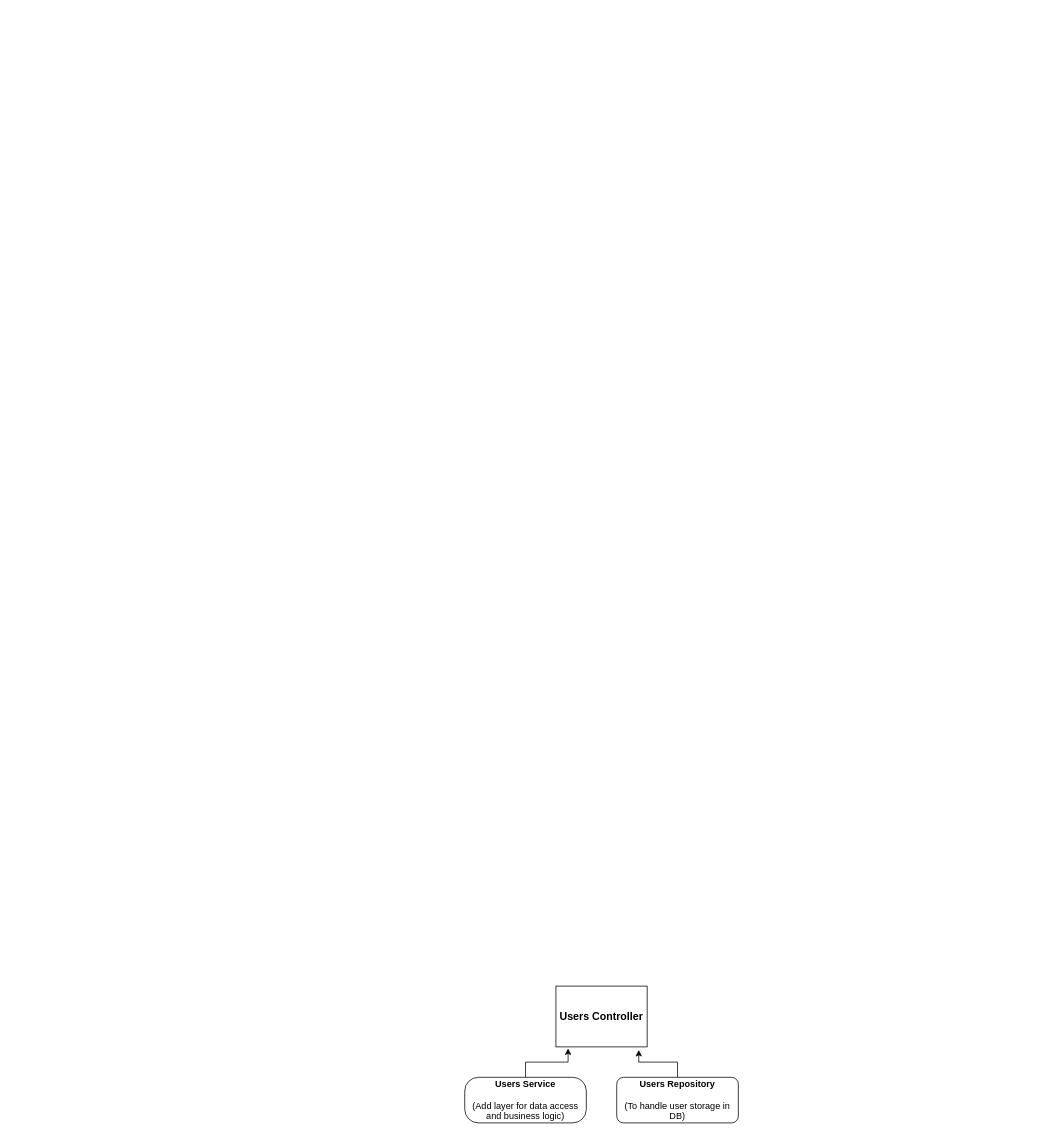
The draw.io diagram used-cars.drawio in aleksandarLazic1998/nest-used-cars-api, before the edit. Source tidied: cells renumbered, new cells numbered last; positions are measured from the earlier drawing's top-left corner, leaving out a move shared by most shapes. Both pictures are drawn from the tidied source at 76%, with x=0, y=0 at pixel (464, 986).
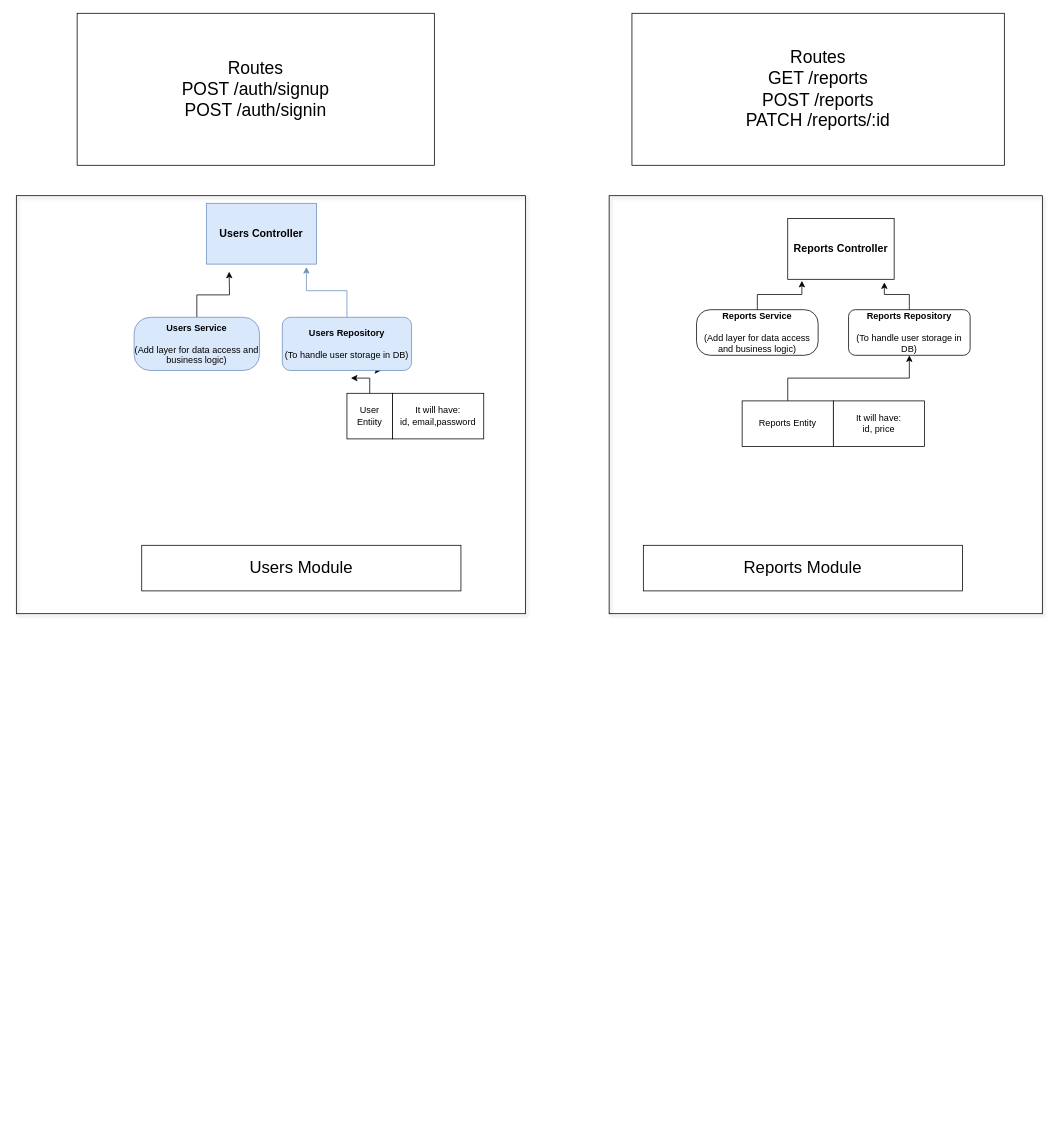
The same page after the edit.

The edit, as a diff of the source:
```diff
@@
-    <mxCell id="2" value="&lt;b&gt;&lt;font style=&quot;font-size: 14px;&quot;&gt;Users Controller&lt;/font&gt;&lt;/b&gt;" style="rounded=0;whiteSpace=wrap;html=1;" parent="1" vertex="1">
-      <mxGeometry x="120" width="120" height="80" as="geometry" />
+    <mxCell id="2" value="&lt;b&gt;&lt;font style=&quot;font-size: 14px;&quot;&gt;Users Controller&lt;/font&gt;&lt;/b&gt;" style="rounded=0;whiteSpace=wrap;html=1;fillColor=#dae8fc;strokeColor=#6c8ebf;" parent="1" vertex="1">
+      <mxGeometry x="-340" y="-1030" width="145" height="80" as="geometry" />
     </mxCell>
-    <mxCell id="3" style="edgeStyle=orthogonalEdgeStyle;rounded=0;jettySize=auto;html=1;exitX=0.5;exitY=0;exitDx=0;exitDy=0;entryX=0.133;entryY=1.025;entryDx=0;entryDy=0;entryPerimeter=0;" parent="1" edge="1" source="4" target="2">
-      <mxGeometry relative="1" as="geometry" />
-    </mxCell>
+    <mxCell id="7" style="edgeStyle=orthogonalEdgeStyle;rounded=0;jettySize=auto;html=1;exitX=0.5;exitY=0;exitDx=0;exitDy=0;" parent="1" edge="1" source="4">
+      <mxGeometry relative="1" as="geometry">
+        <mxPoint x="-310" y="-940" as="targetPoint" />
+      </mxGeometry>
+    </mxCell>
-    <mxCell id="4" value="&lt;b&gt;Users Service&lt;br&gt;&lt;br&gt;&lt;/b&gt;(Add layer for data access and business logic)" style="rounded=1;whiteSpace=wrap;html=1;arcSize=30;" parent="1" vertex="1">
-      <mxGeometry y="120" width="160" height="60" as="geometry" />
+    <mxCell id="4" value="&lt;b&gt;Users Service&lt;br&gt;&lt;br&gt;&lt;/b&gt;(Add layer for data access and business logic)" style="rounded=1;whiteSpace=wrap;html=1;arcSize=30;fillColor=#dae8fc;strokeColor=#6c8ebf;" parent="1" vertex="1">
+      <mxGeometry x="-435" y="-880" width="165" height="70" as="geometry" />
     </mxCell>
-    <mxCell id="5" style="edgeStyle=orthogonalEdgeStyle;rounded=0;jettySize=auto;html=1;entryX=0.908;entryY=1.05;entryDx=0;entryDy=0;entryPerimeter=0;" parent="1" edge="1" source="6" target="2">
+    <mxCell id="5" style="edgeStyle=orthogonalEdgeStyle;rounded=0;jettySize=auto;html=1;entryX=0.908;entryY=1.05;entryDx=0;entryDy=0;entryPerimeter=0;fillColor=#dae8fc;strokeColor=#6c8ebf;exitX=0.5;exitY=0;exitDx=0;exitDy=0;" parent="1" edge="1" source="6" target="2">
       <mxGeometry relative="1" as="geometry" />
     </mxCell>
+    <mxCell id="8" style="edgeStyle=orthogonalEdgeStyle;rounded=0;jettySize=auto;html=1;exitX=0.75;exitY=1;exitDx=0;exitDy=0;" parent="1" edge="1" source="6">
+      <mxGeometry relative="1" as="geometry">
+        <mxPoint x="-110" y="-810" as="targetPoint" />
+      </mxGeometry>
+    </mxCell>
-    <mxCell id="6" value="&lt;b&gt;Users Repository&lt;br&gt;&lt;br&gt;&lt;/b&gt;(To handle user storage in DB)" style="rounded=1;whiteSpace=wrap;html=1;" parent="1" vertex="1">
-      <mxGeometry x="200" y="120" width="160" height="60" as="geometry" />
+    <mxCell id="6" value="&lt;b&gt;Users Repository&lt;br&gt;&lt;br&gt;&lt;/b&gt;(To handle user storage in DB)" style="rounded=1;whiteSpace=wrap;html=1;fillColor=#dae8fc;strokeColor=#6c8ebf;" parent="1" vertex="1">
+      <mxGeometry x="-240" y="-880" width="170" height="70" as="geometry" />
     </mxCell>
+    <mxCell id="9" value="&lt;b&gt;&lt;font style=&quot;font-size: 14px;&quot;&gt;Reports Controller&lt;/font&gt;&lt;/b&gt;" style="rounded=0;whiteSpace=wrap;html=1;" parent="1" vertex="1">
+      <mxGeometry x="425" y="-1010" width="140" height="80" as="geometry" />
+    </mxCell>
+    <mxCell id="10" style="edgeStyle=orthogonalEdgeStyle;rounded=0;jettySize=auto;html=1;exitX=0.5;exitY=0;exitDx=0;exitDy=0;entryX=0.133;entryY=1.025;entryDx=0;entryDy=0;entryPerimeter=0;" parent="1" edge="1" source="11" target="9">
+      <mxGeometry relative="1" as="geometry" />
+    </mxCell>
+    <mxCell id="11" value="&lt;b&gt;Reports Service&lt;br&gt;&lt;br&gt;&lt;/b&gt;(Add layer for data access and business logic)" style="rounded=1;whiteSpace=wrap;html=1;arcSize=30;" parent="1" vertex="1">
+      <mxGeometry x="305" y="-890" width="160" height="60" as="geometry" />
+    </mxCell>
+    <mxCell id="12" style="edgeStyle=orthogonalEdgeStyle;rounded=0;jettySize=auto;html=1;entryX=0.908;entryY=1.05;entryDx=0;entryDy=0;entryPerimeter=0;" parent="1" edge="1" source="13" target="9">
+      <mxGeometry relative="1" as="geometry" />
+    </mxCell>
+    <mxCell id="13" value="&lt;b&gt;Reports Repository&lt;br&gt;&lt;br&gt;&lt;/b&gt;(To handle user storage in DB)" style="rounded=1;whiteSpace=wrap;html=1;" parent="1" vertex="1">
+      <mxGeometry x="505" y="-890" width="160" height="60" as="geometry" />
+    </mxCell>
+    <mxCell id="14" style="rounded=0;html=1;glass=1;fillColor=none;shadow=1;strokeColor=default;labelBackgroundColor=default;labelBorderColor=none;textOpacity=0;fillStyle=zigzag-line;" parent="1" vertex="1">
+      <mxGeometry x="-590" y="-1040" width="670" height="550" as="geometry" />
+    </mxCell>
+    <mxCell id="15" value="&lt;font style=&quot;font-size: 22px;&quot;&gt;Users Module&lt;/font&gt;" style="rounded=0;whiteSpace=wrap;html=1;" parent="1" vertex="1">
+      <mxGeometry x="-425" y="-580" width="420" height="60" as="geometry" />
+    </mxCell>
+    <mxCell id="16" style="rounded=0;html=1;glass=1;fillColor=none;shadow=1;strokeColor=default;labelBackgroundColor=default;labelBorderColor=none;textOpacity=0;fillStyle=zigzag-line;" parent="1" vertex="1">
+      <mxGeometry x="190" y="-1040" width="570" height="550" as="geometry" />
+    </mxCell>
+    <mxCell id="17" value="&lt;font style=&quot;font-size: 22px;&quot;&gt;Reports Module&lt;/font&gt;" style="rounded=0;whiteSpace=wrap;html=1;" parent="1" vertex="1">
+      <mxGeometry x="235" y="-580" width="420" height="60" as="geometry" />
+    </mxCell>
+    <mxCell id="18" style="edgeStyle=orthogonalEdgeStyle;rounded=0;jettySize=auto;html=1;entryX=0.5;entryY=1;entryDx=0;entryDy=0;" parent="1" edge="1" source="19" target="13">
+      <mxGeometry relative="1" as="geometry">
+        <Array as="points">
+          <mxPoint x="425" y="-800" />
+          <mxPoint x="585" y="-800" />
+        </Array>
+      </mxGeometry>
+    </mxCell>
+    <mxCell id="19" value="Reports Entity" style="rounded=0;whiteSpace=wrap;html=1;" parent="1" vertex="1">
+      <mxGeometry x="365" y="-770" width="120" height="60" as="geometry" />
+    </mxCell>
+    <mxCell id="20" style="edgeStyle=orthogonalEdgeStyle;rounded=0;jettySize=auto;html=1;entryX=0.657;entryY=0.436;entryDx=0;entryDy=0;entryPerimeter=0;" parent="1" edge="1" source="21" target="14">
+      <mxGeometry relative="1" as="geometry" />
+    </mxCell>
+    <mxCell id="21" value="User Entiity" style="whiteSpace=wrap;html=1;" parent="1" vertex="1">
+      <mxGeometry x="-155" y="-780" width="60" height="60" as="geometry" />
+    </mxCell>
+    <mxCell id="22" value="It will have:&lt;br&gt;id, email,password" style="rounded=0;whiteSpace=wrap;html=1;" parent="1" vertex="1">
+      <mxGeometry x="-95" y="-780" width="120" height="60" as="geometry" />
+    </mxCell>
+    <mxCell id="23" value="It will have:&lt;br&gt;id, price" style="rounded=0;whiteSpace=wrap;html=1;" parent="1" vertex="1">
+      <mxGeometry x="485" y="-770" width="120" height="60" as="geometry" />
+    </mxCell>
+    <mxCell id="24" value="&lt;font style=&quot;font-size: 23px;&quot;&gt;Routes&lt;br&gt;POST /auth/signup&lt;br&gt;POST /auth/signin&lt;br&gt;&lt;/font&gt;" style="rounded=0;whiteSpace=wrap;html=1;" parent="1" vertex="1">
+      <mxGeometry x="-510" y="-1280" width="470" height="200" as="geometry" />
+    </mxCell>
+    <mxCell id="25" value="&lt;font style=&quot;font-size: 23px;&quot;&gt;Routes&lt;br&gt;GET /reports&lt;br&gt;POST /reports&lt;br&gt;PATCH /reports/:id&lt;br&gt;&lt;/font&gt;" style="rounded=0;whiteSpace=wrap;html=1;" parent="1" vertex="1">
+      <mxGeometry x="220" y="-1280" width="490" height="200" as="geometry" />
+    </mxCell>
```
